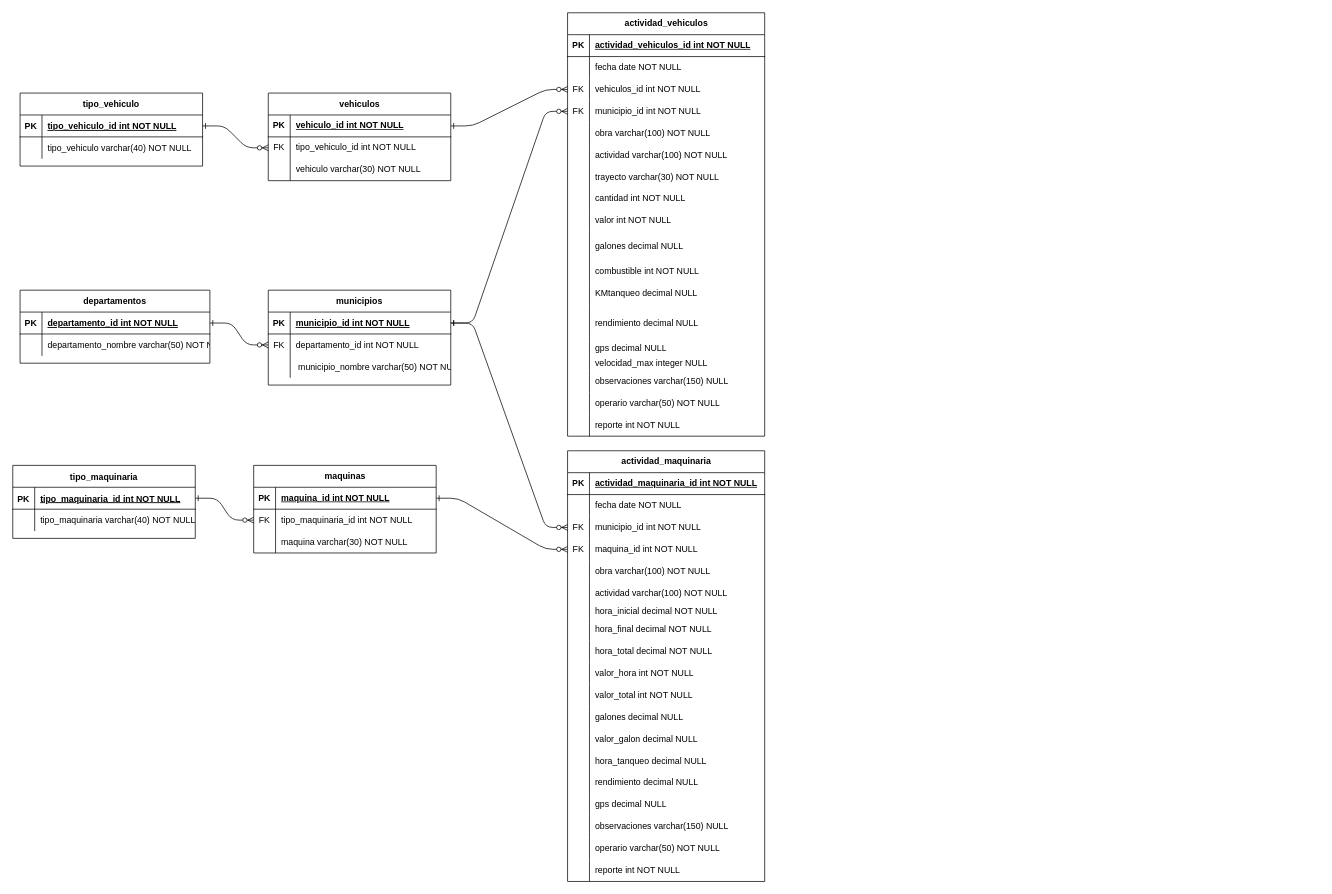
Earlier version of the draw.io diagram MER/gestionMaquinaria&Vehiculos.drawio (MasacradorM/Gestion-de-Maquinaria-y-Vehiculos). Source tidied: cells renumbered, new cells numbered last; positions are measured from the earlier drawing's top-left corner, leaving out a move shared by most shapes. Both pictures are drawn from the tidied source at 73%, with x=0, y=0 at pixel (12, 12).
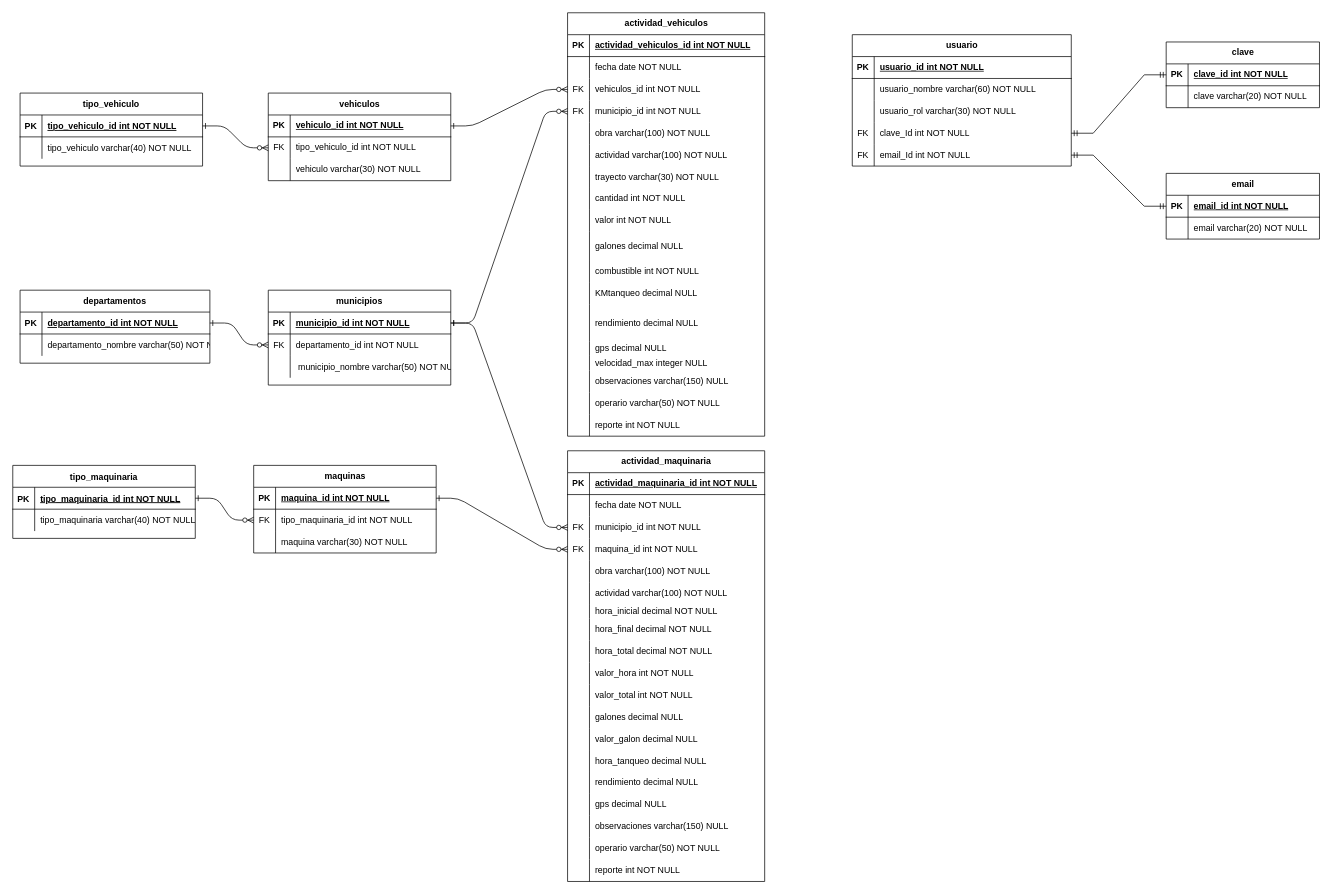
The same diagram, later.

Commit message:
tabla de usuario

The edit, as a diff of the source:
```diff
@@
+    <mxCell id="173" value="usuario" style="shape=table;startSize=30;childLayout=tableLayout;rowLines=0;fontStyle=1;align=center;html=1;" parent="1" vertex="1">
+      <mxGeometry x="1150" y="30" width="300" height="180" as="geometry" />
+    </mxCell>
+    <mxCell id="174" style="shape=tableRow;horizontal=0;startSize=0;swimlaneHead=0;swimlaneBody=0;fillColor=none;top=0;left=0;right=0;bottom=1;" parent="173" vertex="1">
+      <mxGeometry y="30" width="300" height="30" as="geometry" />
+    </mxCell>
+    <mxCell id="175" value="PK" style="shape=partialRectangle;fillColor=none;top=0;left=0;bottom=0;right=0;fontStyle=1;overflow=hidden;whiteSpace=wrap;html=1;" parent="174" vertex="1">
+      <mxGeometry width="30" height="30" as="geometry" />
+    </mxCell>
+    <mxCell id="176" value="usuario_id int NOT NULL" style="shape=partialRectangle;fillColor=none;top=0;left=0;bottom=0;right=0;align=left;spacingLeft=6;fontStyle=5;overflow=hidden;whiteSpace=wrap;html=1;" parent="174" vertex="1">
+      <mxGeometry x="30" width="270" height="30" as="geometry" />
+    </mxCell>
+    <mxCell id="177" style="shape=tableRow;horizontal=0;startSize=0;swimlaneHead=0;swimlaneBody=0;fillColor=none;top=0;left=0;right=0;bottom=0;" parent="173" vertex="1">
+      <mxGeometry y="60" width="300" height="30" as="geometry" />
+    </mxCell>
+    <mxCell id="178" style="shape=partialRectangle;fillColor=none;top=0;left=0;bottom=0;right=0;overflow=hidden;whiteSpace=wrap;html=1;" parent="177" vertex="1">
+      <mxGeometry width="30" height="30" as="geometry" />
+    </mxCell>
+    <mxCell id="179" value="usuario_nombre varchar(60) NOT NULL" style="shape=partialRectangle;fillColor=none;top=0;left=0;bottom=0;right=0;align=left;spacingLeft=6;overflow=hidden;whiteSpace=wrap;html=1;" parent="177" vertex="1">
+      <mxGeometry x="30" width="270" height="30" as="geometry" />
+    </mxCell>
+    <mxCell id="180" style="shape=tableRow;horizontal=0;startSize=0;swimlaneHead=0;swimlaneBody=0;fillColor=none;top=0;left=0;right=0;bottom=0;" parent="173" vertex="1">
+      <mxGeometry y="90" width="300" height="30" as="geometry" />
+    </mxCell>
+    <mxCell id="181" style="shape=partialRectangle;fillColor=none;top=0;left=0;bottom=0;right=0;overflow=hidden;whiteSpace=wrap;html=1;" parent="180" vertex="1">
+      <mxGeometry width="30" height="30" as="geometry" />
+    </mxCell>
+    <mxCell id="182" value="usuario_rol varchar(30) NOT NULL&lt;span style=&quot;white-space: pre;&quot;&gt;&#9;&lt;/span&gt;" style="shape=partialRectangle;fillColor=none;top=0;left=0;bottom=0;right=0;align=left;spacingLeft=6;overflow=hidden;whiteSpace=wrap;html=1;" parent="180" vertex="1">
+      <mxGeometry x="30" width="270" height="30" as="geometry" />
+    </mxCell>
+    <mxCell id="183" style="shape=tableRow;horizontal=0;startSize=0;swimlaneHead=0;swimlaneBody=0;fillColor=none;points=[[0,0.5],[1,0.5]];portConstraint=eastwest;top=0;left=0;right=0;bottom=0;" parent="173" vertex="1">
+      <mxGeometry y="120" width="300" height="30" as="geometry" />
+    </mxCell>
+    <mxCell id="184" value="FK" style="shape=partialRectangle;fillColor=none;top=0;left=0;bottom=0;right=0;overflow=hidden;whiteSpace=wrap;html=1;" parent="183" vertex="1">
+      <mxGeometry width="30" height="30" as="geometry" />
+    </mxCell>
+    <mxCell id="185" value="clave_Id int NOT NULL" style="shape=partialRectangle;fillColor=none;top=0;left=0;bottom=0;right=0;align=left;spacingLeft=6;overflow=hidden;whiteSpace=wrap;html=1;" parent="183" vertex="1">
+      <mxGeometry x="30" width="270" height="30" as="geometry" />
+    </mxCell>
+    <mxCell id="186" style="shape=tableRow;horizontal=0;startSize=0;swimlaneHead=0;swimlaneBody=0;fillColor=none;points=[[0,0.5],[1,0.5]];portConstraint=eastwest;top=0;left=0;right=0;bottom=0;" parent="173" vertex="1">
+      <mxGeometry y="150" width="300" height="30" as="geometry" />
+    </mxCell>
+    <mxCell id="187" value="FK" style="shape=partialRectangle;fillColor=none;top=0;left=0;bottom=0;right=0;overflow=hidden;whiteSpace=wrap;html=1;" parent="186" vertex="1">
+      <mxGeometry width="30" height="30" as="geometry" />
+    </mxCell>
+    <mxCell id="188" value="email_Id int NOT NULL" style="shape=partialRectangle;fillColor=none;top=0;left=0;bottom=0;right=0;align=left;spacingLeft=6;overflow=hidden;whiteSpace=wrap;html=1;" parent="186" vertex="1">
+      <mxGeometry x="30" width="270" height="30" as="geometry" />
+    </mxCell>
+    <mxCell id="189" value="clave" style="shape=table;startSize=30;childLayout=tableLayout;rowLines=0;fontStyle=1;align=center;html=1;" parent="1" vertex="1">
+      <mxGeometry x="1580" y="40" width="210" height="90" as="geometry" />
+    </mxCell>
+    <mxCell id="190" style="shape=tableRow;horizontal=0;startSize=0;swimlaneHead=0;swimlaneBody=0;fillColor=none;points=[[0,0.5],[1,0.5]];portConstraint=eastwest;top=0;left=0;right=0;bottom=1;" parent="189" vertex="1">
+      <mxGeometry y="30" width="210" height="30" as="geometry" />
+    </mxCell>
+    <mxCell id="191" value="PK" style="shape=partialRectangle;fillColor=none;top=0;left=0;bottom=0;right=0;fontStyle=1;overflow=hidden;whiteSpace=wrap;html=1;" parent="190" vertex="1">
+      <mxGeometry width="30" height="30" as="geometry" />
+    </mxCell>
+    <mxCell id="192" value="clave_id int NOT NULL" style="shape=partialRectangle;fillColor=none;top=0;left=0;bottom=0;right=0;align=left;spacingLeft=6;fontStyle=5;overflow=hidden;whiteSpace=wrap;html=1;" parent="190" vertex="1">
+      <mxGeometry x="30" width="180" height="30" as="geometry" />
+    </mxCell>
+    <mxCell id="193" style="shape=tableRow;horizontal=0;startSize=0;swimlaneHead=0;swimlaneBody=0;fillColor=none;top=0;left=0;right=0;bottom=0;" parent="189" vertex="1">
+      <mxGeometry y="60" width="210" height="30" as="geometry" />
+    </mxCell>
+    <mxCell id="194" style="shape=partialRectangle;fillColor=none;top=0;left=0;bottom=0;right=0;overflow=hidden;whiteSpace=wrap;html=1;" parent="193" vertex="1">
+      <mxGeometry width="30" height="30" as="geometry" />
+    </mxCell>
+    <mxCell id="195" value="clave varchar(20) NOT NULL" style="shape=partialRectangle;fillColor=none;top=0;left=0;bottom=0;right=0;align=left;spacingLeft=6;overflow=hidden;whiteSpace=wrap;html=1;" parent="193" vertex="1">
+      <mxGeometry x="30" width="180" height="30" as="geometry" />
+    </mxCell>
+    <mxCell id="196" value="email" style="shape=table;startSize=30;childLayout=tableLayout;rowLines=0;fontStyle=1;align=center;html=1;" parent="1" vertex="1">
+      <mxGeometry x="1580" y="220" width="210" height="90" as="geometry" />
+    </mxCell>
+    <mxCell id="197" style="shape=tableRow;horizontal=0;startSize=0;swimlaneHead=0;swimlaneBody=0;fillColor=none;points=[[0,0.5],[1,0.5]];portConstraint=eastwest;top=0;left=0;right=0;bottom=1;" parent="196" vertex="1">
+      <mxGeometry y="30" width="210" height="30" as="geometry" />
+    </mxCell>
+    <mxCell id="198" value="PK" style="shape=partialRectangle;fillColor=none;top=0;left=0;bottom=0;right=0;fontStyle=1;overflow=hidden;whiteSpace=wrap;html=1;" parent="197" vertex="1">
+      <mxGeometry width="30" height="30" as="geometry" />
+    </mxCell>
+    <mxCell id="199" value="email_id int NOT NULL" style="shape=partialRectangle;fillColor=none;top=0;left=0;bottom=0;right=0;align=left;spacingLeft=6;fontStyle=5;overflow=hidden;whiteSpace=wrap;html=1;" parent="197" vertex="1">
+      <mxGeometry x="30" width="180" height="30" as="geometry" />
+    </mxCell>
+    <mxCell id="200" style="shape=tableRow;horizontal=0;startSize=0;swimlaneHead=0;swimlaneBody=0;fillColor=none;top=0;left=0;right=0;bottom=0;" parent="196" vertex="1">
+      <mxGeometry y="60" width="210" height="30" as="geometry" />
+    </mxCell>
+    <mxCell id="201" style="shape=partialRectangle;fillColor=none;top=0;left=0;bottom=0;right=0;overflow=hidden;whiteSpace=wrap;html=1;" parent="200" vertex="1">
+      <mxGeometry width="30" height="30" as="geometry" />
+    </mxCell>
+    <mxCell id="202" value="email varchar(20) NOT NULL" style="shape=partialRectangle;fillColor=none;top=0;left=0;bottom=0;right=0;align=left;spacingLeft=6;overflow=hidden;whiteSpace=wrap;html=1;" parent="200" vertex="1">
+      <mxGeometry x="30" width="180" height="30" as="geometry" />
+    </mxCell>
+    <mxCell id="203" style="edgeStyle=entityRelationEdgeStyle;fontSize=12;html=1;endArrow=ERmandOne;startArrow=ERmandOne;rounded=0;" parent="1" edge="1" source="183" target="190">
+      <mxGeometry relative="1" as="geometry" />
+    </mxCell>
+    <mxCell id="204" style="edgeStyle=entityRelationEdgeStyle;fontSize=12;html=1;endArrow=ERmandOne;startArrow=ERmandOne;rounded=0;" parent="1" edge="1" source="186" target="197">
+      <mxGeometry relative="1" as="geometry" />
+    </mxCell>
```
